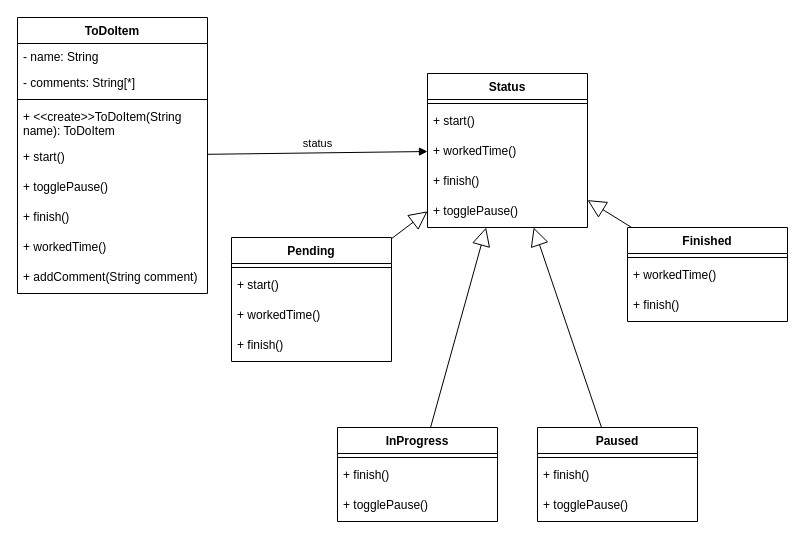
This is 02_Prácticas/03-patrones/04-to-do-item/04-to-do-item.drawio from senrasunlp/OO2-2025, a draw.io file, before an edit. Source tidied: cells renumbered, new cells numbered last; positions are measured from the earlier drawing's top-left corner, leaving out a move shared by most shapes. Both pictures are drawn from the tidied source at 100%, with x=0, y=0 at pixel (17, 17).
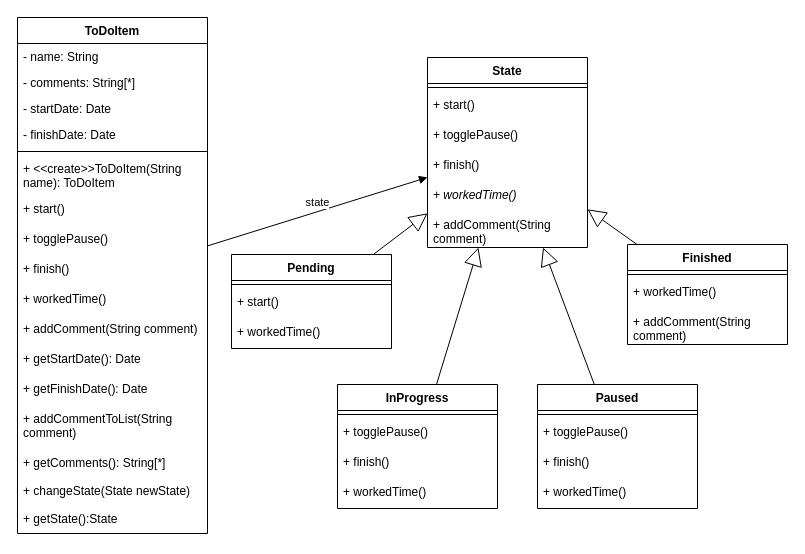
After the change.

Commit message (it also covers changes not shown here):
Corrections of exercises 2, 3 and 4, with ther respectives UML diagrams

Change to the diagram source:
```diff
@@
     <mxCell id="2" value="ToDoItem" style="swimlane;fontStyle=1;align=center;verticalAlign=top;horizontal=1;startSize=26;whiteSpace=wrap;html=1;" parent="1" vertex="1">
-      <mxGeometry width="190" height="276" as="geometry" />
+      <mxGeometry width="190" height="516" as="geometry" />
     </mxCell>
@@
+    <mxCell id="40" value="- startDate: Date" style="text;strokeColor=none;fillColor=none;align=left;verticalAlign=top;spacingLeft=4;spacingRight=4;overflow=hidden;whiteSpace=wrap;html=1;" parent="2" vertex="1">
+      <mxGeometry y="78" width="190" height="26" as="geometry" />
+    </mxCell>
+    <mxCell id="41" value="- finishDate: Date" style="text;strokeColor=none;fillColor=none;align=left;verticalAlign=top;spacingLeft=4;spacingRight=4;overflow=hidden;whiteSpace=wrap;html=1;" parent="2" vertex="1">
+      <mxGeometry y="104" width="190" height="26" as="geometry" />
+    </mxCell>
     <mxCell id="5" style="line;strokeWidth=1;fillColor=none;align=left;verticalAlign=middle;spacingTop=-1;spacingLeft=3;spacingRight=3;labelPosition=right;strokeColor=inherit;" parent="2" vertex="1">
-      <mxGeometry y="78" width="190" height="8" as="geometry" />
+      <mxGeometry y="130" width="190" height="8" as="geometry" />
     </mxCell>
     <mxCell id="6" value="+ &amp;lt;&amp;lt;create&amp;gt;&amp;gt;ToDoItem(String name): ToDoItem" style="text;strokeColor=none;fillColor=none;align=left;verticalAlign=top;spacingLeft=4;spacingRight=4;overflow=hidden;whiteSpace=wrap;html=1;" parent="2" vertex="1">
-      <mxGeometry y="86" width="190" height="40" as="geometry" />
+      <mxGeometry y="138" width="190" height="40" as="geometry" />
     </mxCell>
     <mxCell id="7" value="+ start()" style="text;strokeColor=none;fillColor=none;align=left;verticalAlign=top;spacingLeft=4;spacingRight=4;overflow=hidden;whiteSpace=wrap;html=1;" parent="2" vertex="1">
-      <mxGeometry y="126" width="190" height="30" as="geometry" />
+      <mxGeometry y="178" width="190" height="30" as="geometry" />
     </mxCell>
     <mxCell id="8" value="+ togglePause()" style="text;strokeColor=none;fillColor=none;align=left;verticalAlign=top;spacingLeft=4;spacingRight=4;overflow=hidden;whiteSpace=wrap;html=1;" parent="2" vertex="1">
-      <mxGeometry y="156" width="190" height="30" as="geometry" />
+      <mxGeometry y="208" width="190" height="30" as="geometry" />
     </mxCell>
     <mxCell id="9" value="+ finish()" style="text;strokeColor=none;fillColor=none;align=left;verticalAlign=top;spacingLeft=4;spacingRight=4;overflow=hidden;whiteSpace=wrap;html=1;" parent="2" vertex="1">
-      <mxGeometry y="186" width="190" height="30" as="geometry" />
+      <mxGeometry y="238" width="190" height="30" as="geometry" />
     </mxCell>
     <mxCell id="10" value="+ workedTime()" style="text;strokeColor=none;fillColor=none;align=left;verticalAlign=top;spacingLeft=4;spacingRight=4;overflow=hidden;whiteSpace=wrap;html=1;" parent="2" vertex="1">
-      <mxGeometry y="216" width="190" height="30" as="geometry" />
+      <mxGeometry y="268" width="190" height="30" as="geometry" />
     </mxCell>
+    <mxCell id="42" value="+ addComment(String comment)" style="text;strokeColor=none;fillColor=none;align=left;verticalAlign=top;spacingLeft=4;spacingRight=4;overflow=hidden;whiteSpace=wrap;html=1;" parent="2" vertex="1">
+      <mxGeometry y="298" width="190" height="30" as="geometry" />
+    </mxCell>
-    <mxCell id="11" value="+ addComment(String comment)" style="text;strokeColor=none;fillColor=none;align=left;verticalAlign=top;spacingLeft=4;spacingRight=4;overflow=hidden;whiteSpace=wrap;html=1;" parent="2" vertex="1">
-      <mxGeometry y="246" width="190" height="30" as="geometry" />
+    <mxCell id="11" value="+ getStartDate(): Date" style="text;strokeColor=none;fillColor=none;align=left;verticalAlign=top;spacingLeft=4;spacingRight=4;overflow=hidden;whiteSpace=wrap;html=1;" parent="2" vertex="1">
+      <mxGeometry y="328" width="190" height="30" as="geometry" />
     </mxCell>
+    <mxCell id="43" value="+ getFinishDate(): Date" style="text;strokeColor=none;fillColor=none;align=left;verticalAlign=top;spacingLeft=4;spacingRight=4;overflow=hidden;whiteSpace=wrap;html=1;" parent="2" vertex="1">
+      <mxGeometry y="358" width="190" height="30" as="geometry" />
+    </mxCell>
+    <mxCell id="44" value="+ addCommentToList(String comment)" style="text;strokeColor=none;fillColor=none;align=left;verticalAlign=top;spacingLeft=4;spacingRight=4;overflow=hidden;whiteSpace=wrap;html=1;" parent="2" vertex="1">
+      <mxGeometry y="388" width="190" height="44" as="geometry" />
+    </mxCell>
+    <mxCell id="45" value="+ getComments(): String[*]" style="text;strokeColor=none;fillColor=none;align=left;verticalAlign=top;spacingLeft=4;spacingRight=4;overflow=hidden;whiteSpace=wrap;html=1;" parent="2" vertex="1">
+      <mxGeometry y="432" width="190" height="28" as="geometry" />
+    </mxCell>
+    <mxCell id="46" value="+ changeState(State newState)" style="text;strokeColor=none;fillColor=none;align=left;verticalAlign=top;spacingLeft=4;spacingRight=4;overflow=hidden;whiteSpace=wrap;html=1;" parent="2" vertex="1">
+      <mxGeometry y="460" width="190" height="28" as="geometry" />
+    </mxCell>
+    <mxCell id="47" value="+ getState():State" style="text;strokeColor=none;fillColor=none;align=left;verticalAlign=top;spacingLeft=4;spacingRight=4;overflow=hidden;whiteSpace=wrap;html=1;" parent="2" vertex="1">
+      <mxGeometry y="488" width="190" height="28" as="geometry" />
+    </mxCell>
     <mxCell id="12" value="Pending" style="swimlane;fontStyle=1;align=center;verticalAlign=top;horizontal=1;startSize=26;whiteSpace=wrap;html=1;" parent="1" vertex="1">
-      <mxGeometry x="214" y="220" width="160" height="124" as="geometry" />
+      <mxGeometry x="214" y="237" width="160" height="94" as="geometry" />
     </mxCell>
@@
-    <mxCell id="16" value="+ finish()" style="text;strokeColor=none;fillColor=none;align=left;verticalAlign=top;spacingLeft=4;spacingRight=4;overflow=hidden;whiteSpace=wrap;html=1;" parent="12" vertex="1">
-      <mxGeometry y="94" width="160" height="30" as="geometry" />
-    </mxCell>
     <mxCell id="17" value="InProgress" style="swimlane;fontStyle=1;align=center;verticalAlign=top;horizontal=1;startSize=26;whiteSpace=wrap;html=1;" parent="1" vertex="1">
-      <mxGeometry x="320" y="410" width="160" height="94" as="geometry" />
+      <mxGeometry x="320" y="367" width="160" height="124" as="geometry" />
     </mxCell>
@@
+    <mxCell id="20" value="+ togglePause()" style="text;strokeColor=none;fillColor=none;align=left;verticalAlign=top;spacingLeft=4;spacingRight=4;overflow=hidden;whiteSpace=wrap;html=1;" parent="17" vertex="1">
+      <mxGeometry y="34" width="160" height="30" as="geometry" />
+    </mxCell>
     <mxCell id="19" value="+ finish()" style="text;strokeColor=none;fillColor=none;align=left;verticalAlign=top;spacingLeft=4;spacingRight=4;overflow=hidden;whiteSpace=wrap;html=1;" parent="17" vertex="1">
-      <mxGeometry y="34" width="160" height="30" as="geometry" />
+      <mxGeometry y="64" width="160" height="30" as="geometry" />
     </mxCell>
-    <mxCell id="20" value="+ togglePause()" style="text;strokeColor=none;fillColor=none;align=left;verticalAlign=top;spacingLeft=4;spacingRight=4;overflow=hidden;whiteSpace=wrap;html=1;" parent="17" vertex="1">
-      <mxGeometry y="64" width="160" height="30" as="geometry" />
-    </mxCell>
+    <mxCell id="48" value="+ workedTime()" style="text;strokeColor=none;fillColor=none;align=left;verticalAlign=top;spacingLeft=4;spacingRight=4;overflow=hidden;whiteSpace=wrap;html=1;" parent="17" vertex="1">
+      <mxGeometry y="94" width="160" height="30" as="geometry" />
+    </mxCell>
     <mxCell id="21" value="Paused" style="swimlane;fontStyle=1;align=center;verticalAlign=top;horizontal=1;startSize=26;whiteSpace=wrap;html=1;" parent="1" vertex="1">
-      <mxGeometry x="520" y="410" width="160" height="94" as="geometry" />
+      <mxGeometry x="520" y="367" width="160" height="124" as="geometry" />
     </mxCell>
@@
+    <mxCell id="24" value="+ togglePause()" style="text;strokeColor=none;fillColor=none;align=left;verticalAlign=top;spacingLeft=4;spacingRight=4;overflow=hidden;whiteSpace=wrap;html=1;" parent="21" vertex="1">
+      <mxGeometry y="34" width="160" height="30" as="geometry" />
+    </mxCell>
     <mxCell id="23" value="+ finish()" style="text;strokeColor=none;fillColor=none;align=left;verticalAlign=top;spacingLeft=4;spacingRight=4;overflow=hidden;whiteSpace=wrap;html=1;" parent="21" vertex="1">
-      <mxGeometry y="34" width="160" height="30" as="geometry" />
+      <mxGeometry y="64" width="160" height="30" as="geometry" />
     </mxCell>
-    <mxCell id="24" value="+ togglePause()" style="text;strokeColor=none;fillColor=none;align=left;verticalAlign=top;spacingLeft=4;spacingRight=4;overflow=hidden;whiteSpace=wrap;html=1;" parent="21" vertex="1">
-      <mxGeometry y="64" width="160" height="30" as="geometry" />
-    </mxCell>
+    <mxCell id="49" value="+ workedTime()" style="text;strokeColor=none;fillColor=none;align=left;verticalAlign=top;spacingLeft=4;spacingRight=4;overflow=hidden;whiteSpace=wrap;html=1;" parent="21" vertex="1">
+      <mxGeometry y="94" width="160" height="30" as="geometry" />
+    </mxCell>
     <mxCell id="25" value="Finished" style="swimlane;fontStyle=1;align=center;verticalAlign=top;horizontal=1;startSize=26;whiteSpace=wrap;html=1;" parent="1" vertex="1">
-      <mxGeometry x="610" y="210" width="160" height="94" as="geometry" />
+      <mxGeometry x="610" y="227" width="160" height="100" as="geometry" />
     </mxCell>
@@
-    <mxCell id="28" value="+ finish()" style="text;strokeColor=none;fillColor=none;align=left;verticalAlign=top;spacingLeft=4;spacingRight=4;overflow=hidden;whiteSpace=wrap;html=1;" parent="25" vertex="1">
-      <mxGeometry y="64" width="160" height="30" as="geometry" />
-    </mxCell>
+    <mxCell id="50" value="+ addComment(String comment)" style="text;strokeColor=none;fillColor=none;align=left;verticalAlign=top;spacingLeft=4;spacingRight=4;overflow=hidden;whiteSpace=wrap;html=1;" parent="25" vertex="1">
+      <mxGeometry y="64" width="160" height="36" as="geometry" />
+    </mxCell>
-    <mxCell id="29" value="Status" style="swimlane;fontStyle=1;align=center;verticalAlign=top;horizontal=1;startSize=26;whiteSpace=wrap;html=1;" parent="1" vertex="1">
-      <mxGeometry x="410" y="56" width="160" height="154" as="geometry" />
+    <mxCell id="29" value="State" style="swimlane;fontStyle=1;align=center;verticalAlign=top;horizontal=1;startSize=26;whiteSpace=wrap;html=1;" parent="1" vertex="1">
+      <mxGeometry x="410" y="40" width="160" height="190" as="geometry" />
     </mxCell>
@@
+    <mxCell id="34" value="+ togglePause()" style="text;strokeColor=none;fillColor=none;align=left;verticalAlign=top;spacingLeft=4;spacingRight=4;overflow=hidden;whiteSpace=wrap;html=1;" parent="29" vertex="1">
+      <mxGeometry y="64" width="160" height="30" as="geometry" />
+    </mxCell>
+    <mxCell id="33" value="+ finish()" style="text;strokeColor=none;fillColor=none;align=left;verticalAlign=top;spacingLeft=4;spacingRight=4;overflow=hidden;whiteSpace=wrap;html=1;" parent="29" vertex="1">
+      <mxGeometry y="94" width="160" height="30" as="geometry" />
+    </mxCell>
-    <mxCell id="32" value="+ workedTime()" style="text;strokeColor=none;fillColor=none;align=left;verticalAlign=top;spacingLeft=4;spacingRight=4;overflow=hidden;whiteSpace=wrap;html=1;" parent="29" vertex="1">
-      <mxGeometry y="64" width="160" height="30" as="geometry" />
+    <mxCell id="32" value="+ workedTime()" style="text;strokeColor=none;fillColor=none;align=left;verticalAlign=top;spacingLeft=4;spacingRight=4;overflow=hidden;whiteSpace=wrap;html=1;fontStyle=2;" parent="29" vertex="1">
+      <mxGeometry y="124" width="160" height="30" as="geometry" />
     </mxCell>
-    <mxCell id="33" value="+ finish()" style="text;strokeColor=none;fillColor=none;align=left;verticalAlign=top;spacingLeft=4;spacingRight=4;overflow=hidden;whiteSpace=wrap;html=1;" parent="29" vertex="1">
-      <mxGeometry y="94" width="160" height="30" as="geometry" />
-    </mxCell>
-    <mxCell id="34" value="+ togglePause()" style="text;strokeColor=none;fillColor=none;align=left;verticalAlign=top;spacingLeft=4;spacingRight=4;overflow=hidden;whiteSpace=wrap;html=1;" parent="29" vertex="1">
-      <mxGeometry y="124" width="160" height="30" as="geometry" />
-    </mxCell>
+    <mxCell id="51" value="+ addComment(String comment)" style="text;strokeColor=none;fillColor=none;align=left;verticalAlign=top;spacingLeft=4;spacingRight=4;overflow=hidden;whiteSpace=wrap;html=1;" parent="29" vertex="1">
+      <mxGeometry y="154" width="160" height="36" as="geometry" />
+    </mxCell>
-    <mxCell id="35" value="status" style="html=1;verticalAlign=bottom;endArrow=block;curved=0;rounded=0;" parent="1" edge="1" source="2" target="29">
+    <mxCell id="35" value="state" style="html=1;verticalAlign=bottom;endArrow=block;curved=0;rounded=0;" parent="1" edge="1" source="2" target="29">
       <mxGeometry relative="1" as="geometry" />
     </mxCell>
```
